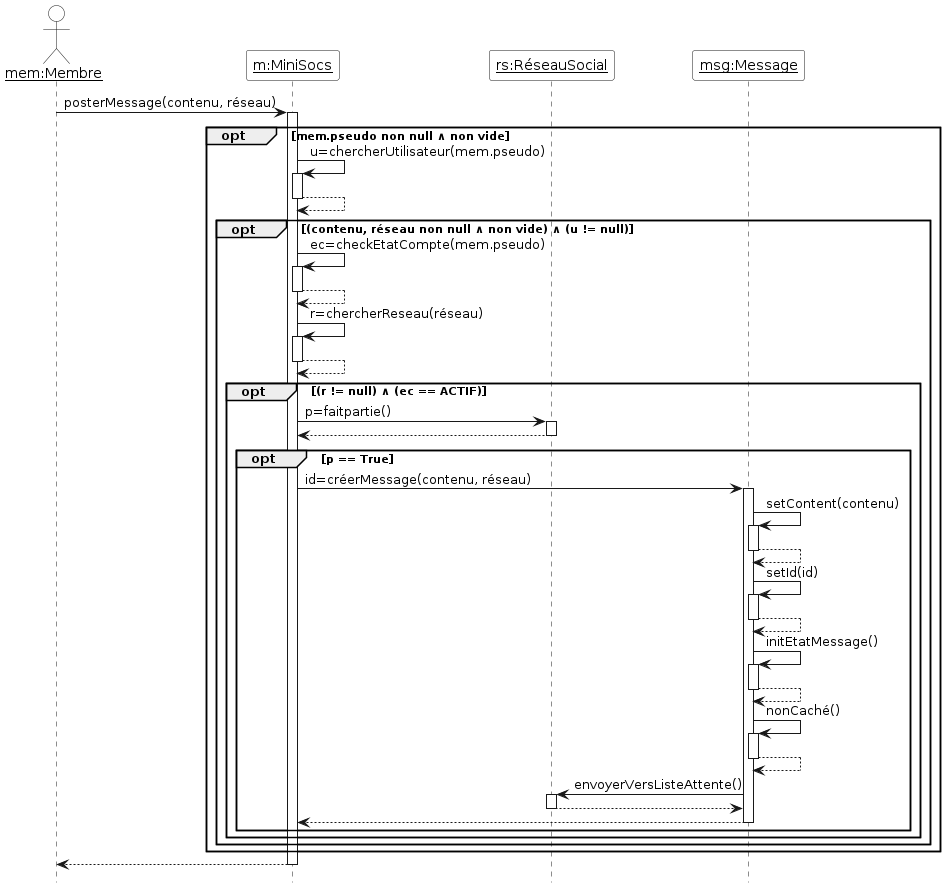
The PlantUML diagram Diagrammes/minisocs_uml_diag_seq_poster_message.png in ThELud0/Minisocs, before a commit.
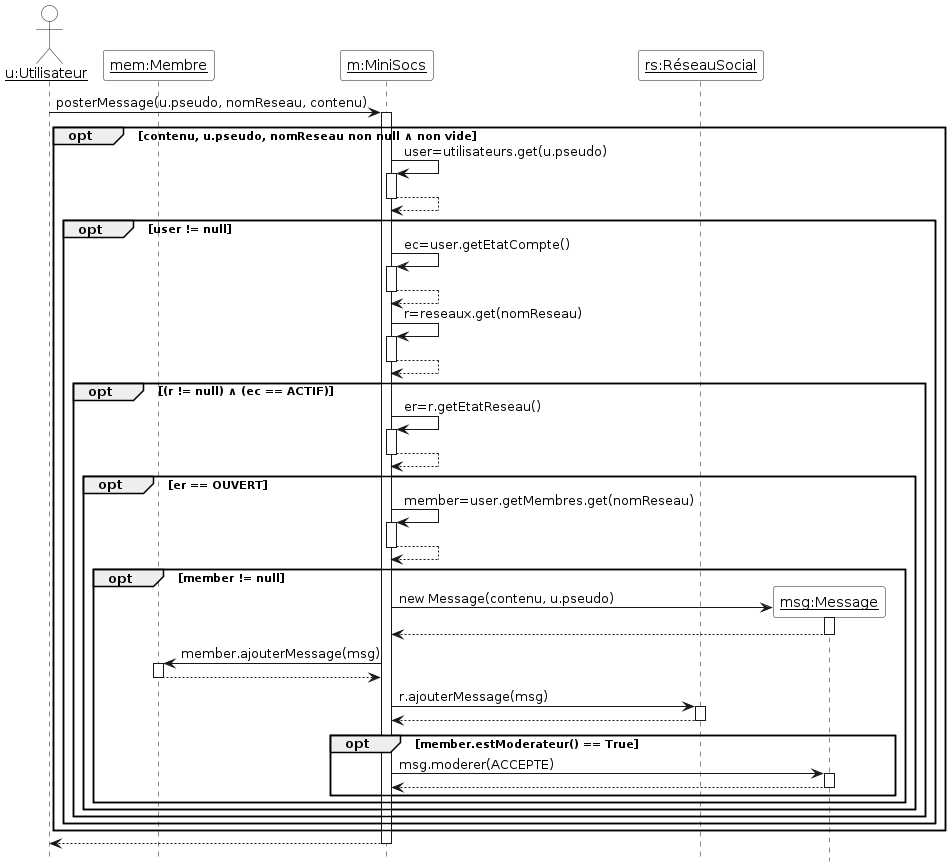
The same file after the commit.

The edit, as a diff of the source:
```diff
@@ -6,37 +6,41 @@
 skinparam sequenceActorBackgroundColor White
 
 
-actor "__mem:Membre__" as mem
+actor "__u:Utilisateur__" as u
+participant "__mem:Membre__" as mem
 participant "__m:MiniSocs__" as m
 participant "__rs:RéseauSocial__" as rs
-participant "__msg:Message__" as msg
 
 
-mem -> m ++ : posterMessage(contenu, réseau)
-opt mem.pseudo non null ∧ non vide
-m -> m ++ : u=chercherUtilisateur(mem.pseudo)
+u -> m ++ : posterMessage(u.pseudo, nomReseau, contenu)
+opt contenu, u.pseudo, nomReseau non null ∧ non vide
+m -> m ++ : user=utilisateurs.get(u.pseudo)
 return
-opt (contenu, réseau non null ∧ non vide) ∧ (u != null)
-m -> m ++ : ec=checkEtatCompte(mem.pseudo)
+opt user != null
+m -> m ++ : ec=user.getEtatCompte()
 return
-m -> m ++ : r=chercherReseau(réseau)
+m -> m ++ : r=reseaux.get(nomReseau)
 return
 opt (r != null) ∧ (ec == ACTIF)
-m -> rs ++ : p=faitpartie()
+m -> m ++ : er=r.getEtatReseau()
 return
-opt p == True
-m -> msg ++ : id=créerMessage(contenu, réseau)
-msg -> msg ++ : setContent(contenu)
+opt er == OUVERT
+m -> m ++ : member=user.getMembres.get(nomReseau)
 return
-msg -> msg ++ : setId(id)
+opt member != null
+create "__msg:Message__" as msg
+m -> msg ++ : new Message(contenu, u.pseudo)
 return
-msg -> msg ++ : initEtatMessage()
+m -> mem ++ : member.ajouterMessage(msg)
 return
-msg -> msg ++ : nonCaché()
+m -> rs ++ : r.ajouterMessage(msg)
 return
-msg -> rs ++ : envoyerVersListeAttente()
+opt member.estModerateur() == True
+m -> msg ++ : msg.moderer(ACCEPTE)
 return
-return
+end
+
+end
 end
 end
 end
```
